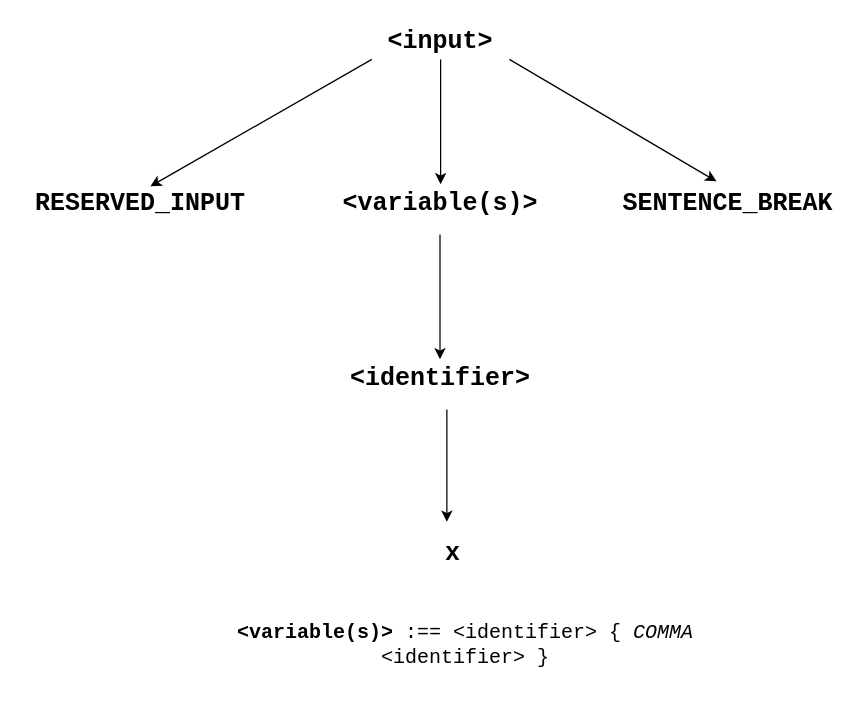
Earlier version of the draw.io diagram tree.drawio (MonaJea-Ng/Projects). Source tidied: cells renumbered, new cells numbered last; positions are measured from the earlier drawing's top-left corner, leaving out a move shared by most shapes. Both pictures are drawn from the tidied source at 125%, with x=0, y=0 at pixel (21, 21).
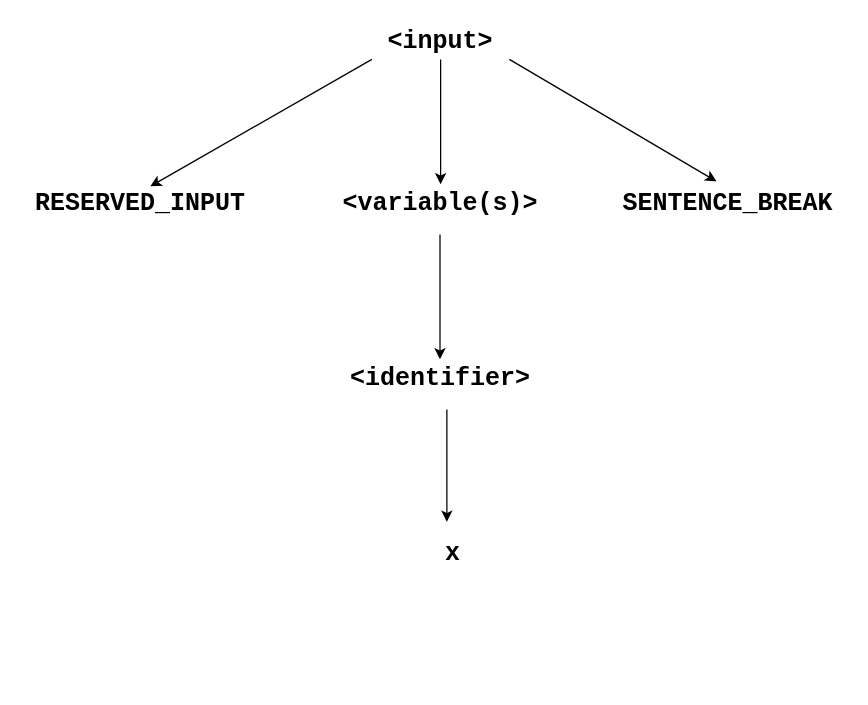
The same diagram, later.

Diff of the diagram source:
```diff
@@
 <mxGraphModel>
   <root>
     <mxCell id="0" />
     <mxCell id="1" parent="0" />
     <mxCell id="2" value="&lt;font style=&quot;font-size: 20px;&quot; face=&quot;Courier New&quot;&gt;&lt;b&gt;&amp;lt;input&amp;gt;&lt;/b&gt;&lt;/font&gt;" style="text;html=1;strokeColor=none;fillColor=none;align=center;verticalAlign=middle;whiteSpace=wrap;rounded=0;" parent="1" vertex="1">
       <mxGeometry x="280" width="110" height="30" as="geometry" />
     </mxCell>
     <mxCell id="3" value="&lt;font style=&quot;font-size: 20px;&quot; face=&quot;Courier New&quot;&gt;&lt;b&gt;RESERVED_INPUT&lt;/b&gt;&lt;/font&gt;" style="text;html=1;strokeColor=none;fillColor=none;align=center;verticalAlign=middle;whiteSpace=wrap;rounded=0;" parent="1" vertex="1">
       <mxGeometry y="130" width="190" height="30" as="geometry" />
     </mxCell>
     <mxCell id="4" value="&lt;font style=&quot;font-size: 20px;&quot; face=&quot;Courier New&quot;&gt;&lt;b&gt;&amp;lt;variable(s)&amp;gt;&lt;/b&gt;&lt;/font&gt;" style="text;html=1;strokeColor=none;fillColor=none;align=center;verticalAlign=middle;whiteSpace=wrap;rounded=0;" parent="1" vertex="1">
       <mxGeometry x="240" y="130" width="190" height="30" as="geometry" />
     </mxCell>
     <mxCell id="5" value="&lt;font style=&quot;font-size: 20px;&quot; face=&quot;Courier New&quot;&gt;&lt;b&gt;SENTENCE_BREAK&lt;/b&gt;&lt;/font&gt;" style="text;html=1;strokeColor=none;fillColor=none;align=center;verticalAlign=middle;whiteSpace=wrap;rounded=0;" parent="1" vertex="1">
       <mxGeometry x="470" y="130" width="190" height="30" as="geometry" />
     </mxCell>
     <mxCell id="6" style="endArrow=classic;html=1;rounded=0;exitX=0;exitY=1;exitDx=0;exitDy=0;entryX=0.541;entryY=0.053;entryDx=0;entryDy=0;entryPerimeter=0;" parent="1" edge="1" source="2" target="3">
       <mxGeometry relative="1" as="geometry" />
     </mxCell>
     <mxCell id="7" style="endArrow=classic;html=1;rounded=0;exitX=0.5;exitY=1;exitDx=0;exitDy=0;" parent="1" edge="1" source="2" target="4">
       <mxGeometry relative="1" as="geometry" />
     </mxCell>
     <mxCell id="8" style="endArrow=classic;html=1;rounded=0;exitX=1;exitY=1;exitDx=0;exitDy=0;entryX=0.451;entryY=-0.08;entryDx=0;entryDy=0;entryPerimeter=0;" parent="1" edge="1" source="2" target="5">
       <mxGeometry relative="1" as="geometry" />
     </mxCell>
-    <mxCell id="9" value="&lt;p style=&quot;line-height:1.38;margin-left: 36pt;margin-top:0pt;margin-bottom:0pt;&quot; dir=&quot;ltr&quot;&gt;&lt;/p&gt;&lt;div&gt;&lt;/div&gt;&lt;span style=&quot;font-size: 12pt; font-family: Consolas, sans-serif; background-color: transparent; font-weight: 700; font-variant-numeric: normal; font-variant-east-asian: normal; font-variant-alternates: normal; font-variant-position: normal; vertical-align: baseline;&quot;&gt;&amp;lt;variable(s)&amp;gt;&lt;/span&gt;&lt;span style=&quot;font-size: 12pt; font-family: Consolas, sans-serif; background-color: transparent; font-variant-numeric: normal; font-variant-east-asian: normal; font-variant-alternates: normal; font-variant-position: normal; vertical-align: baseline;&quot;&gt; :== &amp;lt;identifier&amp;gt; { &lt;/span&gt;&lt;span style=&quot;font-size: 12pt; font-family: Consolas, sans-serif; background-color: transparent; font-style: italic; font-variant-numeric: normal; font-variant-east-asian: normal; font-variant-alternates: normal; font-variant-position: normal; vertical-align: baseline;&quot;&gt;COMMA&lt;/span&gt;&lt;span style=&quot;font-size: 12pt; font-family: Consolas, sans-serif; background-color: transparent; font-variant-numeric: normal; font-variant-east-asian: normal; font-variant-alternates: normal; font-variant-position: normal; vertical-align: baseline;&quot;&gt; &amp;lt;identifier&amp;gt; }&lt;/span&gt;&lt;p&gt;&lt;/p&gt;&lt;span id=&quot;docs-internal-guid-a6600e4d-7fff-0cf2-b259-b86277cd47f8&quot;&gt;&lt;/span&gt;" style="text;html=1;strokeColor=none;fillColor=none;align=center;verticalAlign=middle;whiteSpace=wrap;rounded=0;" parent="1" vertex="1">
-      <mxGeometry x="110" y="490" width="490" height="30" as="geometry" />
-    </mxCell>
     <mxCell id="10" value="&lt;font style=&quot;font-size: 20px;&quot; face=&quot;Courier New&quot;&gt;&lt;b&gt;&amp;lt;identifier&amp;gt;&lt;/b&gt;&lt;/font&gt;" style="text;html=1;strokeColor=none;fillColor=none;align=center;verticalAlign=middle;whiteSpace=wrap;rounded=0;" parent="1" vertex="1">
       <mxGeometry x="240" y="270" width="190" height="30" as="geometry" />
     </mxCell>
     <mxCell id="11" style="endArrow=classic;html=1;rounded=0;exitX=0.5;exitY=1;exitDx=0;exitDy=0;" parent="1" edge="1">
       <mxGeometry relative="1" as="geometry">
         <mxPoint x="334.5" y="170" as="sourcePoint" />
         <mxPoint x="334.5" y="270" as="targetPoint" />
       </mxGeometry>
     </mxCell>
     <mxCell id="12" style="endArrow=classic;html=1;rounded=0;" parent="1" edge="1">
       <mxGeometry relative="1" as="geometry">
         <mxPoint x="340" y="310" as="sourcePoint" />
         <mxPoint x="340" y="400" as="targetPoint" />
       </mxGeometry>
     </mxCell>
     <mxCell id="13" value="&lt;font style=&quot;font-size: 20px;&quot; face=&quot;Courier New&quot;&gt;&lt;b&gt;x&lt;/b&gt;&lt;/font&gt;" style="text;html=1;strokeColor=none;fillColor=none;align=center;verticalAlign=middle;whiteSpace=wrap;rounded=0;" parent="1" vertex="1">
       <mxGeometry x="250" y="410" width="190" height="30" as="geometry" />
     </mxCell>
   </root>
 </mxGraphModel>
```
